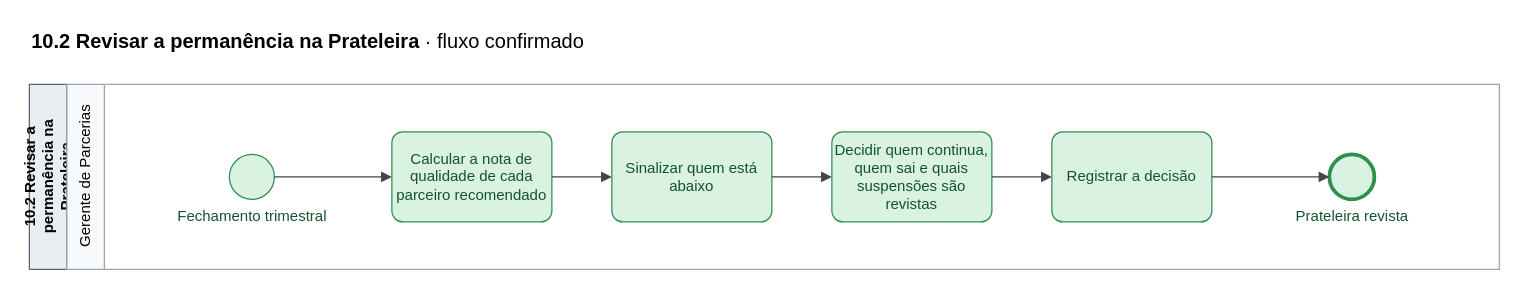
Guilherme-MFaccin/Wise-Partners keeps this draw.io diagram as page "11.2 Revisar a permanência na Prateleira" (68 of 85) of mapeamentos/wise-partners-to-be/saidas/mapa.drawio. Above is the earlier version. Source tidied: cells renumbered, new cells numbered last; positions are measured from the earlier drawing's top-left corner, leaving out a move shared by most shapes. Both pictures are drawn from the tidied source at 125%, with x=0, y=0 at pixel (29, 21).
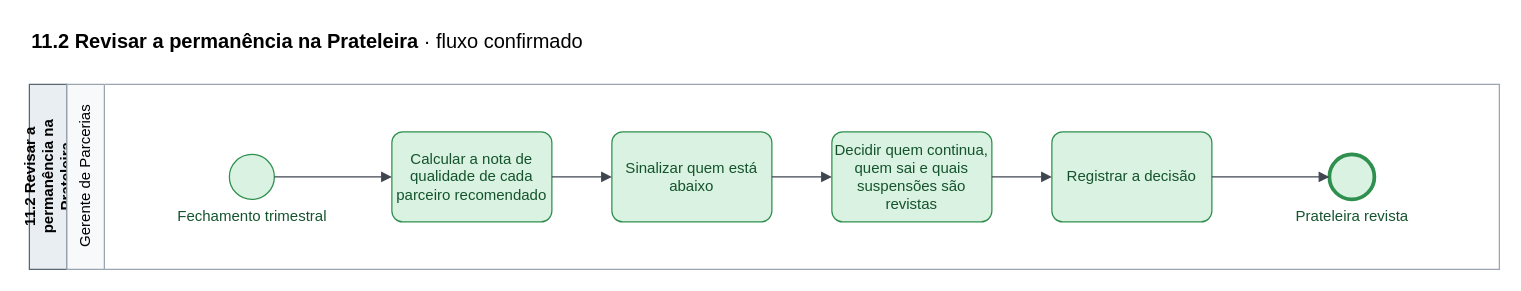
The same diagram, later.

Change to the diagram source:
```diff
@@
 <mxGraphModel>
   <root>
     <mxCell id="0" />
     <mxCell id="1" parent="0" />
-    <mxCell id="2" value="&lt;b&gt;10.2 Revisar a permanência na Prateleira&lt;/b&gt;  ·  fluxo confirmado" style="text;html=1;fontSize=16;align=left;verticalAlign=middle;strokeColor=none;fillColor=none;" parent="1" vertex="1">
+    <mxCell id="2" value="&lt;b&gt;11.2 Revisar a permanência na Prateleira&lt;/b&gt;  ·  fluxo confirmado" style="text;html=1;fontSize=16;align=left;verticalAlign=middle;strokeColor=none;fillColor=none;" parent="1" vertex="1">
       <mxGeometry width="700" height="30" as="geometry" />
     </mxCell>
-    <mxCell id="3" value="10.2 Revisar a permanência na Prateleira" style="rounded=0;whiteSpace=wrap;html=1;horizontal=0;fillColor=#E9EEF3;strokeColor=#5B6670;fontStyle=1;" parent="1" vertex="1">
+    <mxCell id="3" value="11.2 Revisar a permanência na Prateleira" style="rounded=0;whiteSpace=wrap;html=1;horizontal=0;fillColor=#E9EEF3;strokeColor=#5B6670;fontStyle=1;" parent="1" vertex="1">
       <mxGeometry y="50" width="30" height="148" as="geometry" />
     </mxCell>
     <mxCell id="4" value="Gerente de Parcerias" style="swimlane;horizontal=0;startSize=30;html=1;fillColor=#F7F9FB;swimlaneFillColor=#FFFFFF;strokeColor=#9AA5B1;fontStyle=0;" parent="1" vertex="1">
       <mxGeometry x="30" y="50" width="1146" height="148" as="geometry" />
     </mxCell>
     <mxCell id="5" value="Fechamento trimestral" style="ellipse;html=1;fillColor=#D9F2E1;strokeColor=#2F8F4E;fontColor=#14532D;verticalLabelPosition=bottom;verticalAlign=top;labelPosition=center;align=center;" parent="1" vertex="1">
       <mxGeometry x="160" y="106" width="36" height="36" as="geometry" />
     </mxCell>
     <mxCell id="6" value="Calcular a nota de qualidade de cada parceiro recomendado" style="rounded=1;whiteSpace=wrap;html=1;arcSize=12;fillColor=#D9F2E1;strokeColor=#2F8F4E;fontColor=#14532D;" parent="1" vertex="1">
       <mxGeometry x="290" y="88" width="128" height="72" as="geometry" />
     </mxCell>
     <mxCell id="7" value="Sinalizar quem está abaixo" style="rounded=1;whiteSpace=wrap;html=1;arcSize=12;fillColor=#D9F2E1;strokeColor=#2F8F4E;fontColor=#14532D;" parent="1" vertex="1">
       <mxGeometry x="466" y="88" width="128" height="72" as="geometry" />
     </mxCell>
     <mxCell id="8" value="Decidir quem continua, quem sai e quais suspensões são revistas" style="rounded=1;whiteSpace=wrap;html=1;arcSize=12;fillColor=#D9F2E1;strokeColor=#2F8F4E;fontColor=#14532D;" parent="1" vertex="1">
       <mxGeometry x="642" y="88" width="128" height="72" as="geometry" />
     </mxCell>
     <mxCell id="9" value="Registrar a decisão" style="rounded=1;whiteSpace=wrap;html=1;arcSize=12;fillColor=#D9F2E1;strokeColor=#2F8F4E;fontColor=#14532D;" parent="1" vertex="1">
       <mxGeometry x="818" y="88" width="128" height="72" as="geometry" />
     </mxCell>
     <mxCell id="10" value="Prateleira revista" style="ellipse;html=1;strokeWidth=3;fillColor=#D9F2E1;strokeColor=#2F8F4E;fontColor=#14532D;verticalLabelPosition=bottom;verticalAlign=top;labelPosition=center;align=center;" parent="1" vertex="1">
       <mxGeometry x="1040" y="106" width="36" height="36" as="geometry" />
     </mxCell>
     <mxCell id="11" style="edgeStyle=orthogonalEdgeStyle;rounded=0;html=1;endArrow=block;endFill=1;strokeColor=#3F4650;" parent="1" edge="1" source="5" target="6">
       <mxGeometry relative="1" as="geometry" />
     </mxCell>
     <mxCell id="12" style="edgeStyle=orthogonalEdgeStyle;rounded=0;html=1;endArrow=block;endFill=1;strokeColor=#3F4650;" parent="1" edge="1" source="6" target="7">
       <mxGeometry relative="1" as="geometry" />
     </mxCell>
     <mxCell id="13" style="edgeStyle=orthogonalEdgeStyle;rounded=0;html=1;endArrow=block;endFill=1;strokeColor=#3F4650;" parent="1" edge="1" source="7" target="8">
       <mxGeometry relative="1" as="geometry" />
     </mxCell>
     <mxCell id="14" style="edgeStyle=orthogonalEdgeStyle;rounded=0;html=1;endArrow=block;endFill=1;strokeColor=#3F4650;" parent="1" edge="1" source="8" target="9">
       <mxGeometry relative="1" as="geometry" />
     </mxCell>
     <mxCell id="15" style="edgeStyle=orthogonalEdgeStyle;rounded=0;html=1;endArrow=block;endFill=1;strokeColor=#3F4650;" parent="1" edge="1" source="9" target="10">
       <mxGeometry relative="1" as="geometry" />
     </mxCell>
   </root>
 </mxGraphModel>
```
